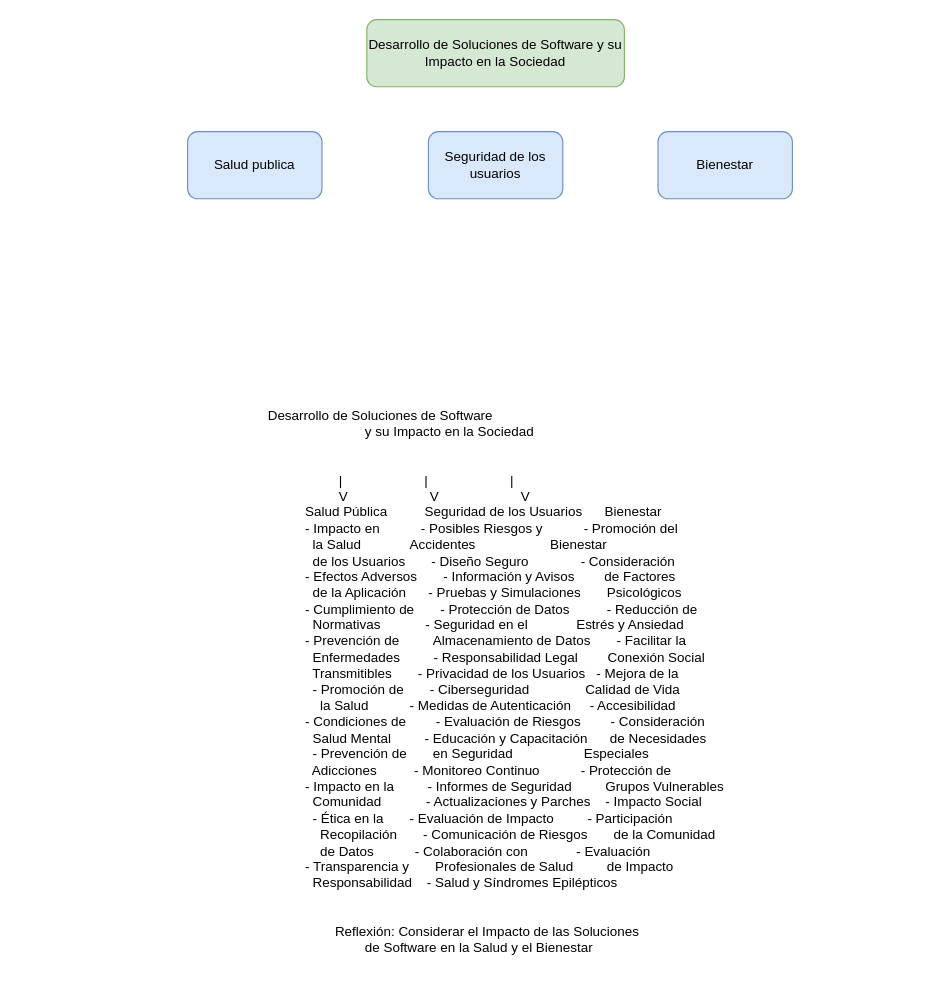
The draw.io diagram Diagrama sin título.drawio in hrojasutani/test, before the edit. Source tidied: cells renumbered, new cells numbered last; positions are measured from the earlier drawing's top-left corner, leaving out a move shared by most shapes. Both pictures are drawn from the tidied source at 112%, with x=0, y=0 at pixel (187, 19).
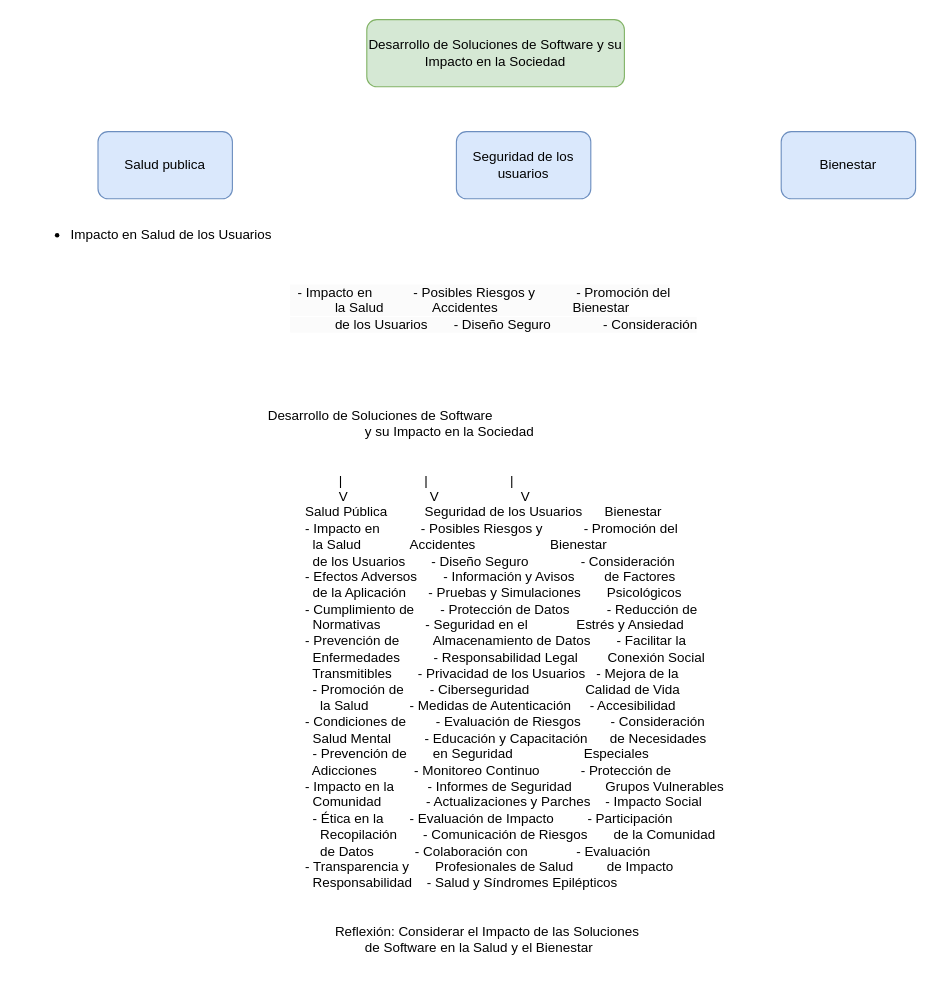
After the change.

Change to the diagram source:
```diff
@@
 <mxGraphModel>
   <root>
     <mxCell id="0" />
     <mxCell id="1" parent="0" />
     <mxCell id="2" value="&lt;span style=&quot;color: rgb(0, 0, 0); font-family: Helvetica; font-size: 12px; font-style: normal; font-variant-ligatures: normal; font-variant-caps: normal; font-weight: 400; letter-spacing: normal; orphans: 2; text-align: left; text-indent: 0px; text-transform: none; widows: 2; word-spacing: 0px; -webkit-text-stroke-width: 0px; text-decoration-thickness: initial; text-decoration-style: initial; text-decoration-color: initial; float: none; display: inline !important;&quot;&gt;Desarrollo de Soluciones de Software&amp;nbsp;&lt;/span&gt;&lt;span style=&quot;color: rgb(0, 0, 0); font-family: Helvetica; font-size: 12px; font-style: normal; font-variant-ligatures: normal; font-variant-caps: normal; font-weight: 400; letter-spacing: normal; orphans: 2; text-align: left; text-indent: 0px; text-transform: none; widows: 2; word-spacing: 0px; -webkit-text-stroke-width: 0px; text-decoration-thickness: initial; text-decoration-style: initial; text-decoration-color: initial; float: none; display: inline !important;&quot;&gt;y su Impacto en la Sociedad&lt;/span&gt;" style="rounded=1;whiteSpace=wrap;html=1;fillColor=#d5e8d4;strokeColor=#82b366;" parent="1" vertex="1">
       <mxGeometry x="160" width="230" height="60" as="geometry" />
     </mxCell>
     <mxCell id="3" value="Desarrollo de Soluciones de Software&#10;                          y su Impacto en la Sociedad&#10;&#10;&#10;                   |                      |                      |&#10;                   V                      V                      V&#10;          Salud Pública          Seguridad de los Usuarios      Bienestar&#10;          - Impacto en           - Posibles Riesgos y           - Promoción del&#10;            la Salud             Accidentes                    Bienestar&#10;            de los Usuarios       - Diseño Seguro              - Consideración&#10;          - Efectos Adversos       - Información y Avisos        de Factores&#10;            de la Aplicación      - Pruebas y Simulaciones       Psicológicos&#10;          - Cumplimiento de       - Protección de Datos          - Reducción de&#10;            Normativas            - Seguridad en el             Estrés y Ansiedad&#10;          - Prevención de         Almacenamiento de Datos       - Facilitar la&#10;            Enfermedades         - Responsabilidad Legal        Conexión Social&#10;            Transmitibles       - Privacidad de los Usuarios   - Mejora de la&#10;            - Promoción de       - Ciberseguridad               Calidad de Vida&#10;              la Salud           - Medidas de Autenticación     - Accesibilidad&#10;          - Condiciones de        - Evaluación de Riesgos        - Consideración&#10;            Salud Mental         - Educación y Capacitación      de Necesidades&#10;            - Prevención de       en Seguridad                   Especiales&#10;            Adicciones          - Monitoreo Continuo           - Protección de&#10;          - Impacto en la         - Informes de Seguridad         Grupos Vulnerables&#10;            Comunidad            - Actualizaciones y Parches    - Impacto Social&#10;            - Ética en la       - Evaluación de Impacto         - Participación&#10;              Recopilación       - Comunicación de Riesgos       de la Comunidad&#10;              de Datos           - Colaboración con             - Evaluación&#10;          - Transparencia y       Profesionales de Salud         de Impacto&#10;            Responsabilidad    - Salud y Síndromes Epilépticos&#10;&#10;&#10;                  Reflexión: Considerar el Impacto de las Soluciones&#10;                          de Software en la Salud y el Bienestar" style="text;whiteSpace=wrap;" parent="1" vertex="1">
       <mxGeometry x="70" y="340" width="440" height="510" as="geometry" />
     </mxCell>
     <mxCell id="4" value="Salud publica" style="rounded=1;whiteSpace=wrap;html=1;fillColor=#dae8fc;strokeColor=#6c8ebf;" parent="1" vertex="1">
-      <mxGeometry y="100" width="120" height="60" as="geometry" />
+      <mxGeometry x="-80" y="100" width="120" height="60" as="geometry" />
     </mxCell>
     <mxCell id="5" value="Seguridad de los usuarios" style="rounded=1;whiteSpace=wrap;html=1;fillColor=#dae8fc;strokeColor=#6c8ebf;" parent="1" vertex="1">
-      <mxGeometry x="215" y="100" width="120" height="60" as="geometry" />
+      <mxGeometry x="240" y="100" width="120" height="60" as="geometry" />
     </mxCell>
     <mxCell id="6" value="Bienestar" style="rounded=1;whiteSpace=wrap;html=1;fillColor=#dae8fc;strokeColor=#6c8ebf;" parent="1" vertex="1">
-      <mxGeometry x="420" y="100" width="120" height="60" as="geometry" />
+      <mxGeometry x="530" y="100" width="120" height="60" as="geometry" />
     </mxCell>
+    <mxCell id="7" value="&lt;ul&gt;&lt;li&gt;Impacto en Salud de los Usuarios&lt;/li&gt;&lt;/ul&gt;" style="text;strokeColor=none;fillColor=none;align=left;verticalAlign=middle;spacingLeft=4;spacingRight=4;overflow=hidden;whiteSpace=wrap;html=1;" parent="1" vertex="1">
+      <mxGeometry x="-150" y="170" width="320" height="40" as="geometry" />
+    </mxCell>
+    <mxCell id="8" value="&lt;span style=&quot;color: rgb(0, 0, 0); font-family: Helvetica; font-size: 12px; font-style: normal; font-variant-ligatures: normal; font-variant-caps: normal; font-weight: 400; letter-spacing: normal; orphans: 2; text-align: left; text-indent: 0px; text-transform: none; widows: 2; word-spacing: 0px; -webkit-text-stroke-width: 0px; background-color: rgb(251, 251, 251); text-decoration-thickness: initial; text-decoration-style: initial; text-decoration-color: initial; float: none; display: inline !important;&quot;&gt;&amp;nbsp; - Impacto en&amp;nbsp; &amp;nbsp; &amp;nbsp; &amp;nbsp; &amp;nbsp; &amp;nbsp;- Posibles Riesgos y&amp;nbsp; &amp;nbsp; &amp;nbsp; &amp;nbsp; &amp;nbsp; &amp;nbsp;- Promoción del&lt;/span&gt;&lt;br style=&quot;border-color: var(--border-color); padding: 0px; margin: 0px; color: rgb(0, 0, 0); font-family: Helvetica; font-size: 12px; font-style: normal; font-variant-ligatures: normal; font-variant-caps: normal; font-weight: 400; letter-spacing: normal; orphans: 2; text-align: left; text-indent: 0px; text-transform: none; widows: 2; word-spacing: 0px; -webkit-text-stroke-width: 0px; background-color: rgb(251, 251, 251); text-decoration-thickness: initial; text-decoration-style: initial; text-decoration-color: initial;&quot;&gt;&lt;span style=&quot;color: rgb(0, 0, 0); font-family: Helvetica; font-size: 12px; font-style: normal; font-variant-ligatures: normal; font-variant-caps: normal; font-weight: 400; letter-spacing: normal; orphans: 2; text-align: left; text-indent: 0px; text-transform: none; widows: 2; word-spacing: 0px; -webkit-text-stroke-width: 0px; background-color: rgb(251, 251, 251); text-decoration-thickness: initial; text-decoration-style: initial; text-decoration-color: initial; float: none; display: inline !important;&quot;&gt;&amp;nbsp; &amp;nbsp; &amp;nbsp; &amp;nbsp; &amp;nbsp; &amp;nbsp; la Salud&amp;nbsp; &amp;nbsp; &amp;nbsp; &amp;nbsp; &amp;nbsp; &amp;nbsp; &amp;nbsp;Accidentes&amp;nbsp; &amp;nbsp; &amp;nbsp; &amp;nbsp; &amp;nbsp; &amp;nbsp; &amp;nbsp; &amp;nbsp; &amp;nbsp; &amp;nbsp; Bienestar&lt;/span&gt;&lt;br style=&quot;border-color: var(--border-color); padding: 0px; margin: 0px; color: rgb(0, 0, 0); font-family: Helvetica; font-size: 12px; font-style: normal; font-variant-ligatures: normal; font-variant-caps: normal; font-weight: 400; letter-spacing: normal; orphans: 2; text-align: left; text-indent: 0px; text-transform: none; widows: 2; word-spacing: 0px; -webkit-text-stroke-width: 0px; background-color: rgb(251, 251, 251); text-decoration-thickness: initial; text-decoration-style: initial; text-decoration-color: initial;&quot;&gt;&lt;span style=&quot;color: rgb(0, 0, 0); font-family: Helvetica; font-size: 12px; font-style: normal; font-variant-ligatures: normal; font-variant-caps: normal; font-weight: 400; letter-spacing: normal; orphans: 2; text-align: left; text-indent: 0px; text-transform: none; widows: 2; word-spacing: 0px; -webkit-text-stroke-width: 0px; background-color: rgb(251, 251, 251); text-decoration-thickness: initial; text-decoration-style: initial; text-decoration-color: initial; float: none; display: inline !important;&quot;&gt;&amp;nbsp; &amp;nbsp; &amp;nbsp; &amp;nbsp; &amp;nbsp; &amp;nbsp; de los Usuarios&amp;nbsp; &amp;nbsp; &amp;nbsp; &amp;nbsp;- Diseño Seguro&amp;nbsp; &amp;nbsp; &amp;nbsp; &amp;nbsp; &amp;nbsp; &amp;nbsp; &amp;nbsp; - Consideración&lt;/span&gt;" style="text;whiteSpace=wrap;html=1;" parent="1" vertex="1">
+      <mxGeometry x="90" y="230" width="400" height="70" as="geometry" />
+    </mxCell>
   </root>
 </mxGraphModel>
```
